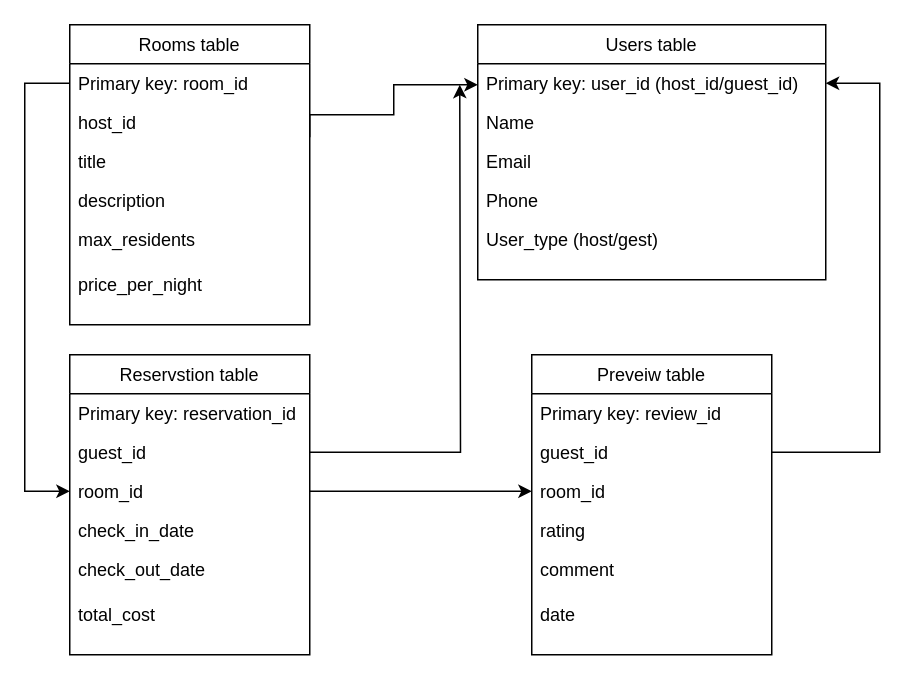
Earlier version of the draw.io diagram Hotels_data_model.drawio (olyonka/Cats_with_hats). Source tidied: cells renumbered, new cells numbered last; positions are measured from the earlier drawing's top-left corner, leaving out a move shared by most shapes. Both pictures are drawn from the tidied source at 150%, with x=0, y=0 at pixel (24, 24).
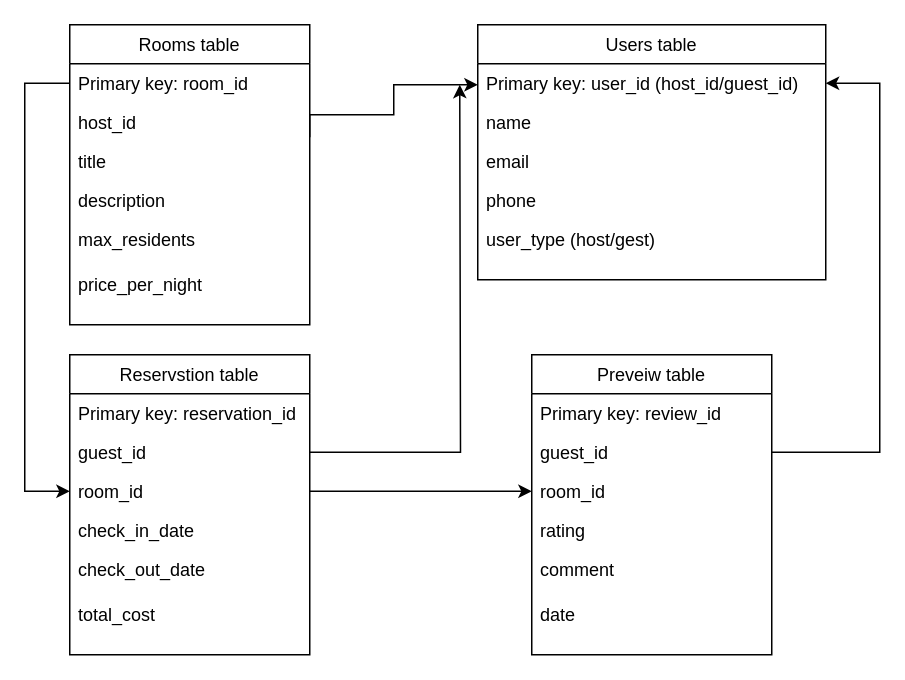
The same diagram, later.

Unchanged cells that the change refers to:
```xml
<mxCell id="2" value="Users table" style="swimlane;fontStyle=0;align=center;verticalAlign=top;horizontal=1;startSize=26;rounded=0;shadow=0;strokeWidth=1;" parent="1" vertex="1">
  <mxGeometry x="302" width="232" height="170" as="geometry" />
</mxCell>
```

Diff of the diagram source:
```diff
@@
-    <mxCell id="4" value="Name" style="text;align=left;verticalAlign=top;spacingLeft=4;spacingRight=4;overflow=hidden;rounded=0;shadow=0;html=0;" parent="2" vertex="1">
+    <mxCell id="4" value="name" style="text;align=left;verticalAlign=top;spacingLeft=4;spacingRight=4;overflow=hidden;rounded=0;shadow=0;html=0;" parent="2" vertex="1">
       <mxGeometry y="52" width="232" height="26" as="geometry" />
     </mxCell>
-    <mxCell id="5" value="Email" style="text;align=left;verticalAlign=top;spacingLeft=4;spacingRight=4;overflow=hidden;rounded=0;shadow=0;html=0;" parent="2" vertex="1">
+    <mxCell id="5" value="email" style="text;align=left;verticalAlign=top;spacingLeft=4;spacingRight=4;overflow=hidden;rounded=0;shadow=0;html=0;" parent="2" vertex="1">
       <mxGeometry y="78" width="232" height="26" as="geometry" />
     </mxCell>
-    <mxCell id="6" value="Phone" style="text;align=left;verticalAlign=top;spacingLeft=4;spacingRight=4;overflow=hidden;rounded=0;shadow=0;html=0;" parent="2" vertex="1">
+    <mxCell id="6" value="phone" style="text;align=left;verticalAlign=top;spacingLeft=4;spacingRight=4;overflow=hidden;rounded=0;shadow=0;html=0;" parent="2" vertex="1">
       <mxGeometry y="104" width="232" height="26" as="geometry" />
     </mxCell>
-    <mxCell id="7" value="User_type (host/gest)" style="text;align=left;verticalAlign=top;spacingLeft=4;spacingRight=4;overflow=hidden;rounded=0;shadow=0;html=0;" parent="2" vertex="1">
+    <mxCell id="7" value="user_type (host/gest)" style="text;align=left;verticalAlign=top;spacingLeft=4;spacingRight=4;overflow=hidden;rounded=0;shadow=0;html=0;" parent="2" vertex="1">
       <mxGeometry y="130" width="232" height="26" as="geometry" />
     </mxCell>
```
